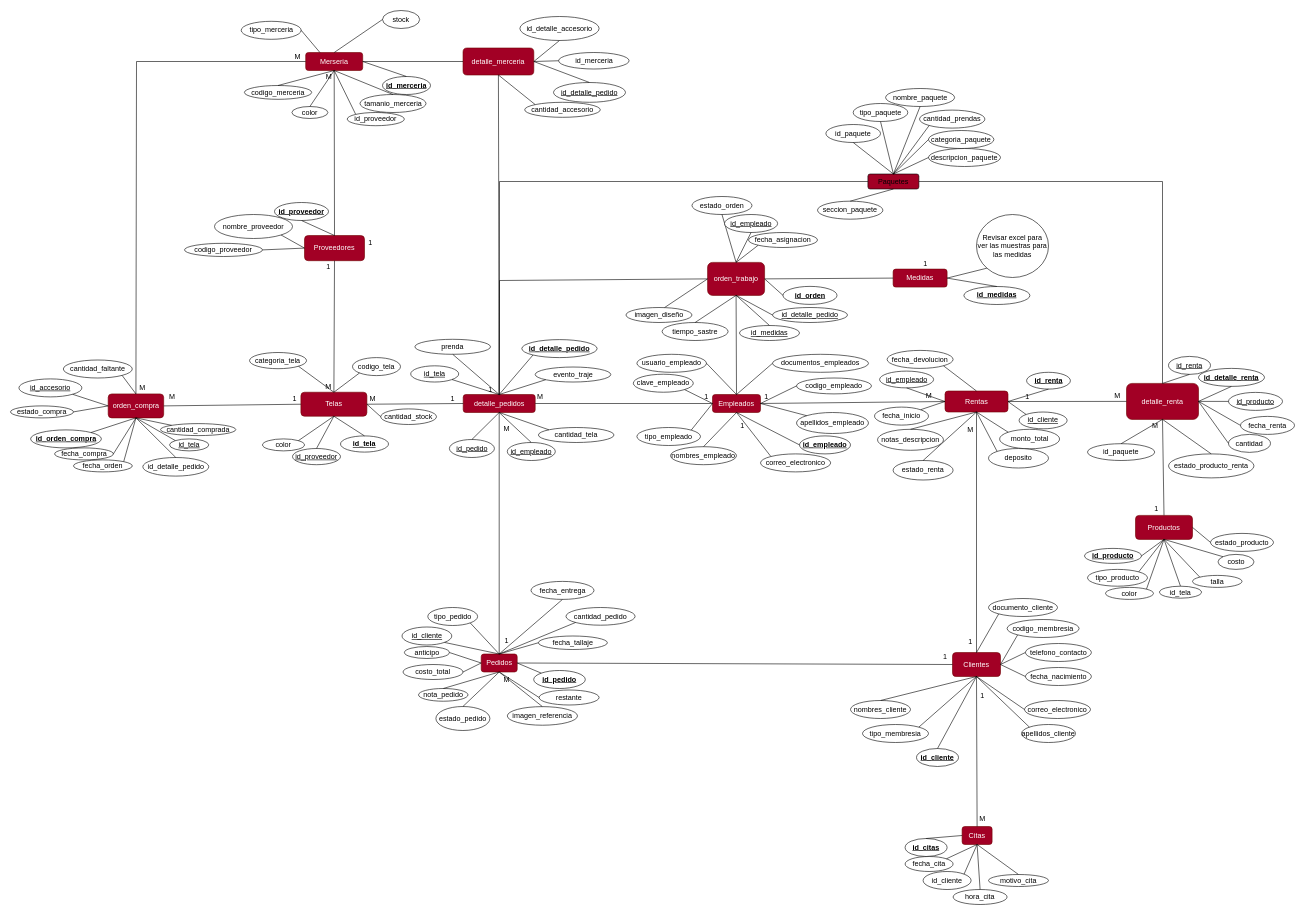
Above: DB_Moskem.drawio in Ander45Portafol/Moskem (draw.io), before the change. Source tidied: cells renumbered, new cells numbered last; positions are measured from the earlier drawing's top-left corner, leaving out a move shared by most shapes. Both pictures are drawn from the tidied source at 60%, with x=0, y=0 at pixel (10, 10).
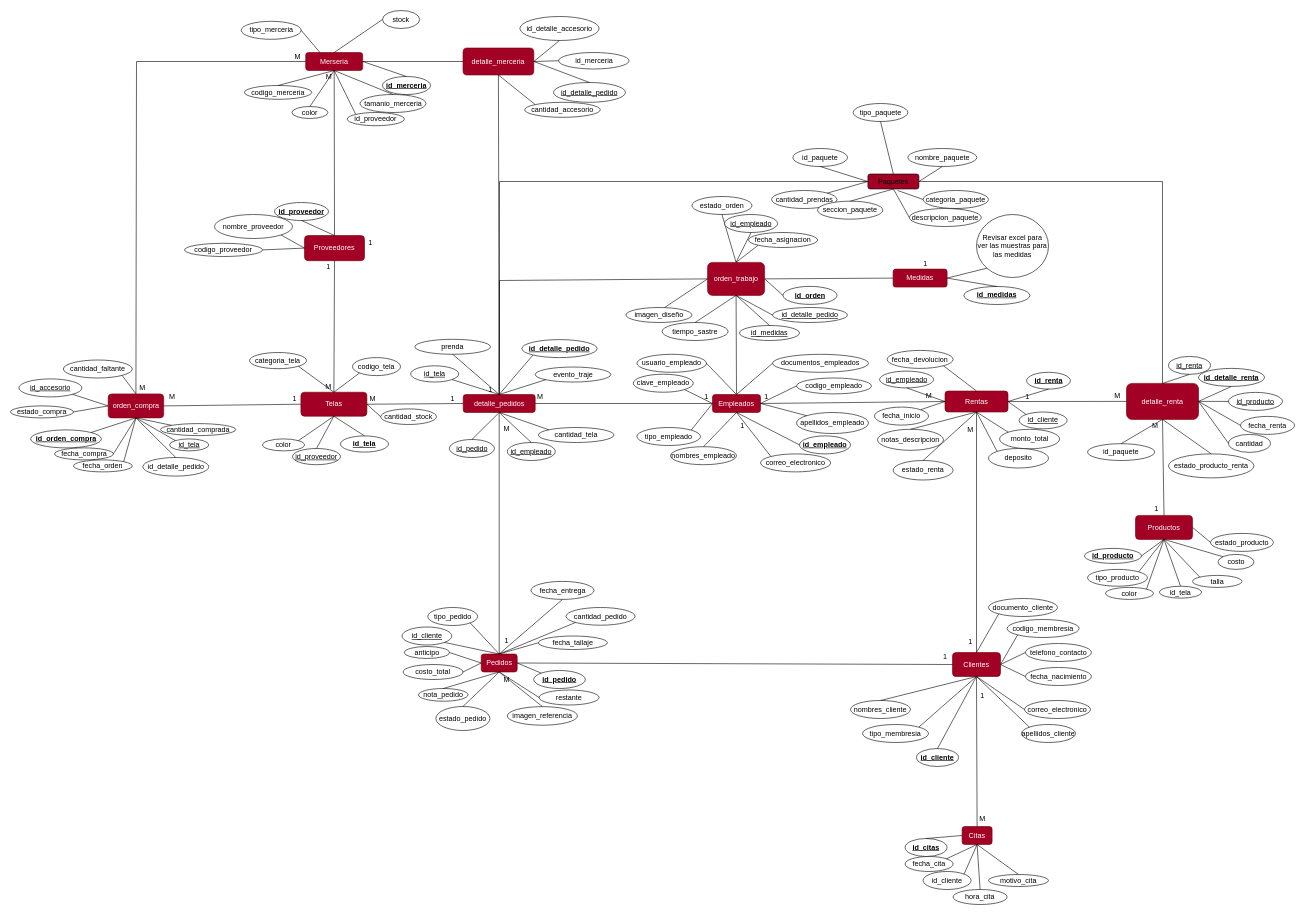
The same diagram, later.

The change refers to these unchanged cells:
```xml
<mxCell id="262" value="Paquetes" style="rounded=1;whiteSpace=wrap;html=1;fillColor=#A20025;fontColor=light-dark(#000000,#000000);" parent="1" vertex="1">
  <mxGeometry x="1429" y="272.5" width="85" height="25" as="geometry" />
</mxCell>
```

Diff of the diagram source:
```diff
@@
     <mxCell id="277" value="id_paquete" style="ellipse;whiteSpace=wrap;html=1;" parent="1" vertex="1">
-      <mxGeometry x="1359" y="190" width="91" height="30" as="geometry" />
+      <mxGeometry x="1304" y="230" width="91" height="30" as="geometry" />
     </mxCell>
@@
-    <mxCell id="279" style="endArrow=none;html=1;rounded=0;entryX=0.5;entryY=1;entryDx=0;entryDy=0;exitX=0.5;exitY=0;exitDx=0;exitDy=0;" parent="1" edge="1" source="262" target="277">
+    <mxCell id="279" style="endArrow=none;html=1;rounded=0;entryX=0.5;entryY=1;entryDx=0;entryDy=0;exitX=0;exitY=0.5;exitDx=0;exitDy=0;" parent="1" edge="1" source="262" target="277">
       <mxGeometry relative="1" as="geometry" />
     </mxCell>
@@
     <mxCell id="281" value="nombre_paquete" style="ellipse;whiteSpace=wrap;html=1;" parent="1" vertex="1">
-      <mxGeometry x="1458.5" y="130" width="115" height="30" as="geometry" />
+      <mxGeometry x="1495.5" y="230" width="115" height="30" as="geometry" />
     </mxCell>
-    <mxCell id="282" style="endArrow=none;html=1;rounded=0;entryX=0.5;entryY=1;entryDx=0;entryDy=0;exitX=0.5;exitY=0;exitDx=0;exitDy=0;" parent="1" edge="1" source="262" target="281">
+    <mxCell id="282" style="endArrow=none;html=1;rounded=0;entryX=0.5;entryY=1;entryDx=0;entryDy=0;exitX=1;exitY=0.5;exitDx=0;exitDy=0;" parent="1" edge="1" source="262" target="281">
       <mxGeometry relative="1" as="geometry" />
     </mxCell>
     <mxCell id="283" value="cantidad_prendas" style="ellipse;whiteSpace=wrap;html=1;" parent="1" vertex="1">
-      <mxGeometry x="1515" y="166" width="109" height="30" as="geometry" />
+      <mxGeometry x="1268.5" y="300" width="109" height="30" as="geometry" />
     </mxCell>
-    <mxCell id="284" style="endArrow=none;html=1;rounded=0;entryX=0;entryY=1;entryDx=0;entryDy=0;exitX=0.5;exitY=0;exitDx=0;exitDy=0;" parent="1" edge="1" source="262" target="283">
+    <mxCell id="284" style="endArrow=none;html=1;rounded=0;entryX=1;entryY=0;entryDx=0;entryDy=0;exitX=0;exitY=0.5;exitDx=0;exitDy=0;" parent="1" edge="1" source="262" target="283">
       <mxGeometry relative="1" as="geometry" />
     </mxCell>
     <mxCell id="285" value="categoria_paquete" style="ellipse;whiteSpace=wrap;html=1;" parent="1" vertex="1">
-      <mxGeometry x="1530" y="200" width="109" height="30" as="geometry" />
+      <mxGeometry x="1521" y="300" width="109" height="30" as="geometry" />
     </mxCell>
-    <mxCell id="286" style="endArrow=none;html=1;rounded=0;entryX=0;entryY=0.5;entryDx=0;entryDy=0;exitX=0.5;exitY=0;exitDx=0;exitDy=0;" parent="1" edge="1" source="262" target="285">
+    <mxCell id="286" style="endArrow=none;html=1;rounded=0;entryX=0;entryY=0.5;entryDx=0;entryDy=0;exitX=0.584;exitY=1.1;exitDx=0;exitDy=0;exitPerimeter=0;" parent="1" edge="1" source="262" target="285">
       <mxGeometry relative="1" as="geometry" />
     </mxCell>
     <mxCell id="287" value="descripcion_paquete" style="ellipse;whiteSpace=wrap;html=1;" parent="1" vertex="1">
-      <mxGeometry x="1530" y="230" width="120" height="30" as="geometry" />
+      <mxGeometry x="1498" y="330" width="120" height="30" as="geometry" />
     </mxCell>
-    <mxCell id="288" style="endArrow=none;html=1;rounded=0;entryX=0;entryY=0.5;entryDx=0;entryDy=0;exitX=0.5;exitY=0;exitDx=0;exitDy=0;" parent="1" edge="1" source="262" target="287">
+    <mxCell id="288" style="endArrow=none;html=1;rounded=0;entryX=0;entryY=0.5;entryDx=0;entryDy=0;exitX=0.5;exitY=1;exitDx=0;exitDy=0;" parent="1" edge="1" source="262" target="287">
       <mxGeometry relative="1" as="geometry" />
     </mxCell>
```
